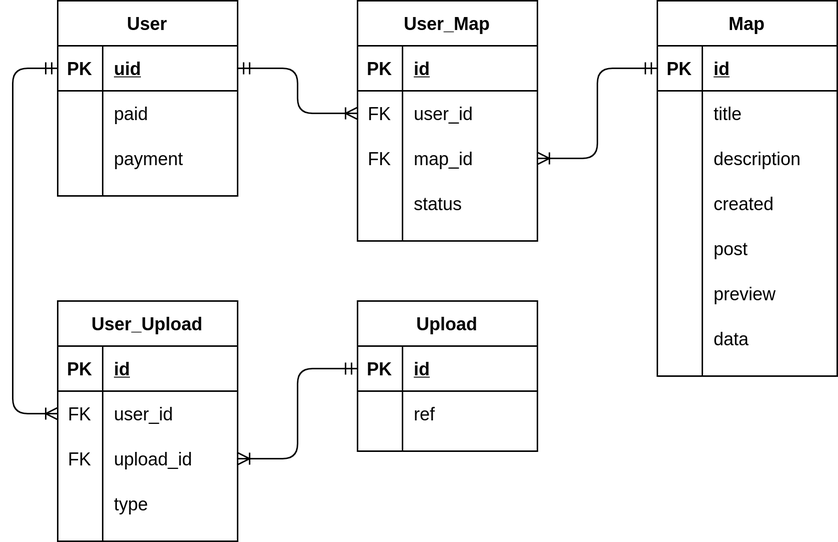
Before: diagrams/db.png, a diagram exported from draw.io (AndreasAtakan/GeoTales). Source tidied: cells renumbered, new cells last; positions are measured from the earlier drawing's top-left corner, leaving out a move shared by most shapes.
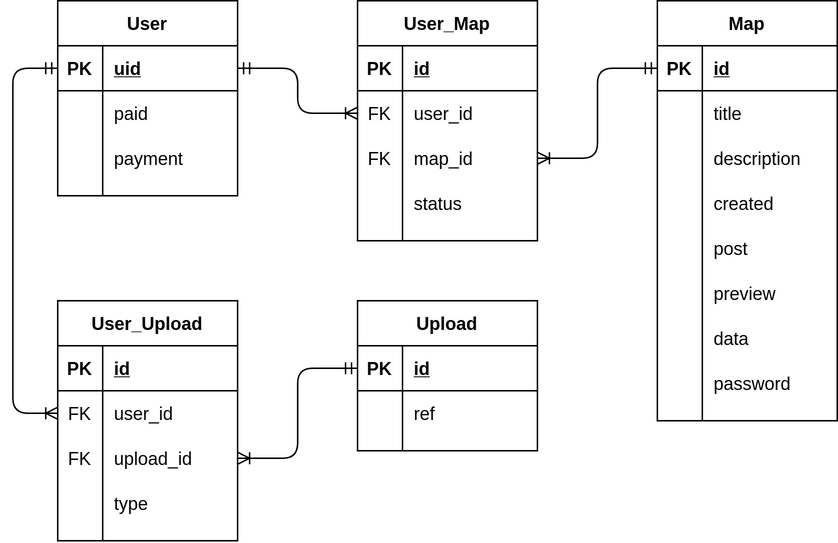
Above is the later version.

The edit, as a diff of the source:
```diff
@@ -72,7 +72,7 @@
       <mxGeometry x="30" width="90" height="30" as="geometry" />
     </mxCell>
     <mxCell id="25" value="Map" style="shape=table;startSize=30;rowLines=0;fontStyle=1;align=center;" parent="1" vertex="1">
-      <mxGeometry x="430" width="120" height="250" as="geometry" />
+      <mxGeometry x="430" width="120" height="280" as="geometry" />
     </mxCell>
     <mxCell id="26" style="shape=partialRectangle;fillColor=none;top=0;left=0;bottom=1;right=0;points=[[0,0.5],[1,0.5]];portConstraint=eastwest;" parent="25" vertex="1">
       <mxGeometry y="30" width="120" height="30" as="geometry" />
@@ -137,6 +137,15 @@
     <mxCell id="46" value="data" style="shape=partialRectangle;fillColor=none;top=0;left=0;bottom=0;right=0;align=left;spacingLeft=6;overflow=hidden;" parent="44" vertex="1">
       <mxGeometry x="30" width="90" height="30" as="geometry" />
     </mxCell>
+    <mxCell id="71" style="shape=partialRectangle;fillColor=none;top=0;left=0;bottom=0;right=0;" parent="25" vertex="1">
+      <mxGeometry y="240" width="120" height="30" as="geometry" />
+    </mxCell>
+    <mxCell id="72" style="shape=partialRectangle;fillColor=none;top=0;left=0;bottom=0;right=0;overflow=hidden;" parent="71" vertex="1">
+      <mxGeometry width="30" height="30" as="geometry" />
+    </mxCell>
+    <mxCell id="73" value="password" style="shape=partialRectangle;fillColor=none;top=0;left=0;bottom=0;right=0;align=left;spacingLeft=6;overflow=hidden;" parent="71" vertex="1">
+      <mxGeometry x="30" width="90" height="30" as="geometry" />
+    </mxCell>
     <mxCell id="47" style="edgeStyle=orthogonalEdgeStyle;fontSize=12;html=1;endArrow=ERoneToMany;startArrow=ERmandOne;" parent="1" edge="1" source="26" target="19">
       <mxGeometry relative="1" as="geometry" />
     </mxCell>
```
